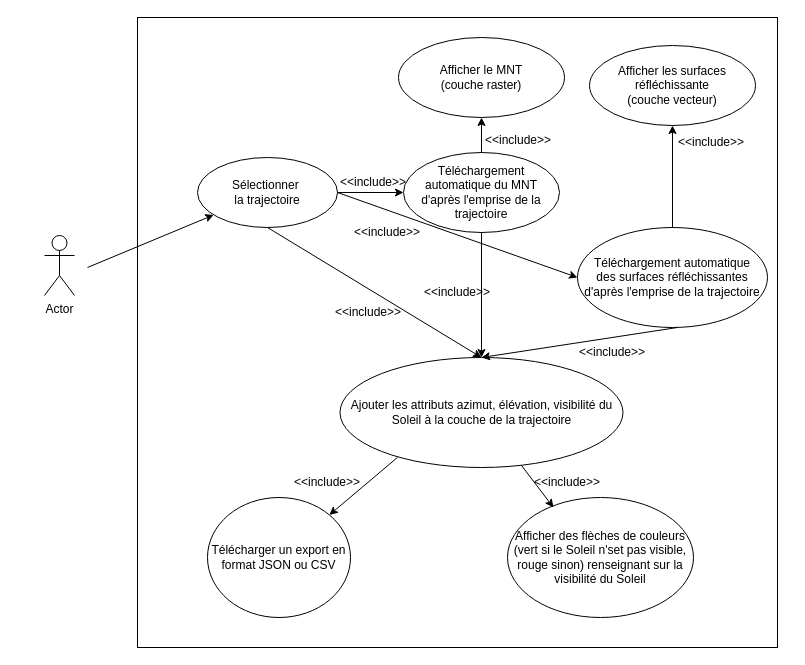
Earlier version of the draw.io diagram DiagrammeCasUtilisation.drawio (PaulCllch/BEA). Source tidied: cells renumbered, new cells numbered last; positions are measured from the earlier drawing's top-left corner, leaving out a move shared by most shapes. Both pictures are drawn from the tidied source at 100%, with x=0, y=0 at pixel (44, 17).
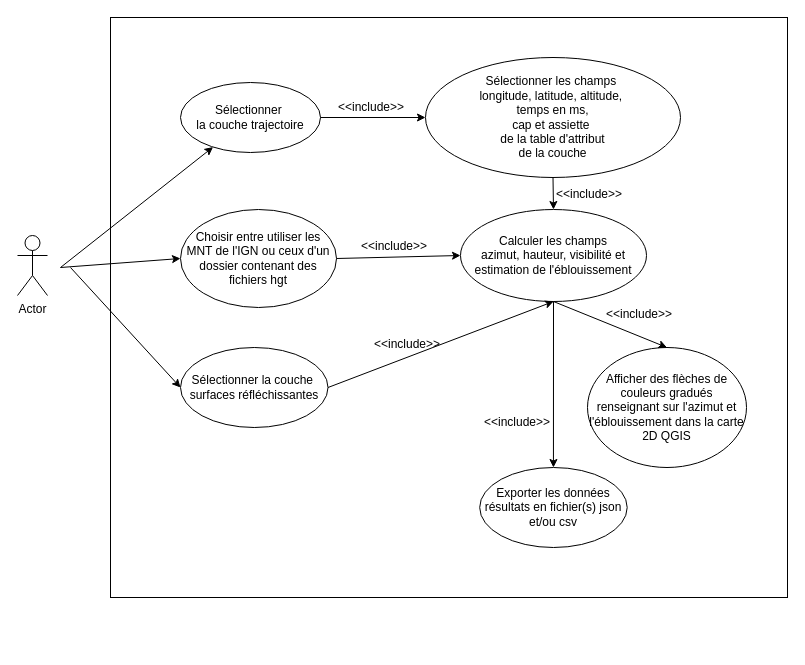
Above is the later version.

Commit message:
Mettre à jour DiagrammeCasUtilisation.drawio

What changed in the source:
```diff
@@
     <mxCell id="2" value="Actor" style="shape=umlActor;verticalLabelPosition=bottom;verticalAlign=top;html=1;labelPosition=center;align=center;" parent="1" vertex="1">
-      <mxGeometry y="218" width="30" height="60" as="geometry" />
+      <mxGeometry x="-27" y="218" width="30" height="60" as="geometry" />
     </mxCell>
     <mxCell id="3" style="rounded=0;whiteSpace=wrap;html=1;" parent="1" vertex="1">
-      <mxGeometry x="93" width="640" height="630" as="geometry" />
+      <mxGeometry x="66" width="677" height="580" as="geometry" />
     </mxCell>
-    <mxCell id="4" value="&lt;div&gt;Sélectionner&amp;nbsp;&lt;/div&gt;&lt;div&gt;la trajectoire&lt;/div&gt;" style="ellipse;whiteSpace=wrap;html=1;" parent="1" vertex="1">
-      <mxGeometry x="153" y="140" width="140" height="70" as="geometry" />
+    <mxCell id="4" value="&lt;div&gt;Sélectionner&amp;nbsp;&lt;/div&gt;&lt;div&gt;la couche trajectoire&lt;/div&gt;" style="ellipse;whiteSpace=wrap;html=1;" parent="1" vertex="1">
+      <mxGeometry x="136" y="65" width="140" height="70" as="geometry" />
     </mxCell>
     <mxCell id="5" style="endArrow=classic;html=1;rounded=0;" parent="1" edge="1" target="4">
       <mxGeometry relative="1" as="geometry">
-        <mxPoint x="43" y="250" as="sourcePoint" />
+        <mxPoint x="16" y="250" as="sourcePoint" />
       </mxGeometry>
     </mxCell>
-    <mxCell id="6" value="&lt;div&gt;Téléchargement automatique du MNT d'après l'emprise de la trajectoire&lt;/div&gt;" style="ellipse;whiteSpace=wrap;html=1;" parent="1" vertex="1">
-      <mxGeometry x="359" y="135" width="156" height="80" as="geometry" />
+    <mxCell id="6" value="Choisir entre utiliser les MNT de l'IGN ou ceux d'un dossier contenant des fichiers hgt" style="ellipse;whiteSpace=wrap;html=1;" parent="1" vertex="1">
+      <mxGeometry x="136" y="192" width="156" height="98" as="geometry" />
     </mxCell>
-    <mxCell id="7" style="endArrow=classic;html=1;rounded=0;entryX=0;entryY=0.5;entryDx=0;entryDy=0;exitX=1;exitY=0.5;exitDx=0;exitDy=0;" parent="1" edge="1" source="4" target="6">
-      <mxGeometry relative="1" as="geometry" />
-    </mxCell>
-    <mxCell id="8" value="&lt;div&gt;Afficher le MNT&lt;br&gt;&lt;/div&gt;&lt;div&gt;(couche raster)&lt;/div&gt;" style="ellipse;whiteSpace=wrap;html=1;" parent="1" vertex="1">
-      <mxGeometry x="354" y="20" width="166" height="80" as="geometry" />
-    </mxCell>
-    <mxCell id="9" style="endArrow=classic;html=1;rounded=0;exitX=0.5;exitY=0;exitDx=0;exitDy=0;entryX=0.5;entryY=1;entryDx=0;entryDy=0;" parent="1" edge="1" source="6" target="8">
-      <mxGeometry relative="1" as="geometry" />
-    </mxCell>
-    <mxCell id="10" value="Ajouter les attributs azimut, élévation, visibilité du Soleil à la couche de la trajectoire" style="ellipse;whiteSpace=wrap;html=1;" parent="1" vertex="1">
-      <mxGeometry x="295.5" y="340" width="283" height="110" as="geometry" />
+    <mxCell id="10" value="&lt;div&gt;Sélectionner la couche&amp;nbsp;&lt;/div&gt;&lt;div&gt;surfaces réfléchissantes&lt;/div&gt;" style="ellipse;whiteSpace=wrap;html=1;" parent="1" vertex="1">
+      <mxGeometry x="136" y="330" width="147.5" height="80" as="geometry" />
     </mxCell>
-    <mxCell id="11" value="Télécharger un export en format JSON ou CSV" style="ellipse;whiteSpace=wrap;html=1;" parent="1" vertex="1">
-      <mxGeometry x="163" y="480" width="143" height="120" as="geometry" />
+    <mxCell id="11" value="Afficher des flèches de couleurs gradués renseignant sur l'azimut et l'éblouissement dans la carte 2D QGIS" style="ellipse;whiteSpace=wrap;html=1;" parent="1" vertex="1">
+      <mxGeometry x="543" y="330" width="159" height="120" as="geometry" />
     </mxCell>
-    <mxCell id="12" value="Afficher des flèches de couleurs (vert si le Soleil n'set pas visible, rouge sinon) renseignant sur la visibilité du Soleil" style="ellipse;whiteSpace=wrap;html=1;" parent="1" vertex="1">
-      <mxGeometry x="463" y="480" width="186" height="120" as="geometry" />
+    <mxCell id="12" value="&lt;div&gt;Calculer les champs&lt;/div&gt;&lt;div&gt;azimut, hauteur, visibilité et estimation de l'éblouissement&lt;br&gt;&lt;/div&gt;" style="ellipse;whiteSpace=wrap;html=1;" parent="1" vertex="1">
+      <mxGeometry x="416" y="192" width="186" height="92" as="geometry" />
     </mxCell>
-    <mxCell id="13" style="endArrow=classic;html=1;rounded=0;fontFamily=Helvetica;fontSize=12;fontColor=default;entryX=0.247;entryY=0.083;entryDx=0;entryDy=0;entryPerimeter=0;" parent="1" edge="1" source="10" target="12">
+    <mxCell id="13" style="endArrow=classic;html=1;rounded=0;fontFamily=Helvetica;fontSize=12;fontColor=default;entryX=0;entryY=0.5;entryDx=0;entryDy=0;exitX=1;exitY=0.5;exitDx=0;exitDy=0;" parent="1" edge="1" source="6" target="12">
       <mxGeometry relative="1" as="geometry" />
     </mxCell>
-    <mxCell id="14" style="endArrow=classic;html=1;rounded=0;fontFamily=Helvetica;fontSize=12;fontColor=default;exitX=0.203;exitY=0.909;exitDx=0;exitDy=0;exitPerimeter=0;entryX=1;entryY=0;entryDx=0;entryDy=0;" parent="1" edge="1" source="10" target="11">
-      <mxGeometry relative="1" as="geometry" />
-    </mxCell>
-    <mxCell id="15" style="endArrow=classic;html=1;rounded=0;fontFamily=Helvetica;fontSize=12;fontColor=default;entryX=0.5;entryY=0;entryDx=0;entryDy=0;exitX=0.5;exitY=1;exitDx=0;exitDy=0;" parent="1" edge="1" source="4" target="10">
-      <mxGeometry relative="1" as="geometry" />
+    <mxCell id="15" style="endArrow=classic;html=1;rounded=0;fontFamily=Helvetica;fontSize=12;fontColor=default;entryX=0;entryY=0.5;entryDx=0;entryDy=0;" parent="1" edge="1" target="6">
+      <mxGeometry relative="1" as="geometry">
+        <mxPoint x="16" y="250" as="sourcePoint" />
+      </mxGeometry>
     </mxCell>
-    <mxCell id="16" value="&lt;div&gt;Téléchargement automatique&lt;/div&gt;&lt;div&gt;des surfaces réfléchissantes d'après l'emprise de la trajectoire&lt;/div&gt;" style="ellipse;whiteSpace=wrap;html=1;" parent="1" vertex="1">
-      <mxGeometry x="533" y="210" width="190" height="100" as="geometry" />
+    <mxCell id="16" value="&lt;div&gt;Sélectionner les champs&amp;nbsp;&lt;/div&gt;&lt;div&gt;longitude, latitude, altitude,&amp;nbsp;&lt;/div&gt;&lt;div&gt;temps en ms,&lt;/div&gt;&lt;div&gt;cap et assiette&amp;nbsp;&lt;/div&gt;&lt;div&gt;de la table d'attribut&lt;/div&gt;&lt;div&gt;de la couche&lt;/div&gt;" style="ellipse;whiteSpace=wrap;html=1;" parent="1" vertex="1">
+      <mxGeometry x="381" y="40" width="255" height="120" as="geometry" />
     </mxCell>
-    <mxCell id="17" value="&lt;div&gt;Afficher les surfaces réfléchissante&lt;br&gt;&lt;/div&gt;&lt;div&gt;(couche vecteur)&lt;/div&gt;" style="ellipse;whiteSpace=wrap;html=1;" parent="1" vertex="1">
-      <mxGeometry x="545" y="28" width="166" height="80" as="geometry" />
-    </mxCell>
-    <mxCell id="18" style="endArrow=classic;html=1;rounded=0;entryX=0.5;entryY=1;entryDx=0;entryDy=0;" parent="1" edge="1" source="16" target="17">
-      <mxGeometry relative="1" as="geometry" />
-    </mxCell>
@@
-    <mxCell id="20" style="endArrow=classic;html=1;rounded=0;fontFamily=Helvetica;fontSize=12;fontColor=default;entryX=0.5;entryY=0;entryDx=0;entryDy=0;" parent="1" edge="1" source="6" target="10">
-      <mxGeometry relative="1" as="geometry" />
+    <mxCell id="20" style="endArrow=classic;html=1;rounded=0;fontFamily=Helvetica;fontSize=12;fontColor=default;entryX=0;entryY=0.5;entryDx=0;entryDy=0;" parent="1" edge="1" target="10">
+      <mxGeometry relative="1" as="geometry">
+        <mxPoint x="26" y="250" as="sourcePoint" />
+      </mxGeometry>
     </mxCell>
-    <mxCell id="21" style="endArrow=classic;html=1;rounded=0;fontFamily=Helvetica;fontSize=12;fontColor=default;entryX=0.5;entryY=0;entryDx=0;entryDy=0;exitX=0.526;exitY=1;exitDx=0;exitDy=0;exitPerimeter=0;" parent="1" edge="1" source="16" target="10">
-      <mxGeometry relative="1" as="geometry" />
-    </mxCell>
-    <mxCell id="22" value="&amp;lt;&amp;lt;include&amp;gt;&amp;gt;" style="text;html=1;align=center;verticalAlign=middle;whiteSpace=wrap;rounded=0;fontFamily=Helvetica;fontSize=12;fontColor=default;" parent="1" vertex="1">
-      <mxGeometry x="444" y="108" width="60" height="30" as="geometry" />
-    </mxCell>
-    <mxCell id="23" value="&amp;lt;&amp;lt;include&amp;gt;&amp;gt;" style="text;html=1;align=center;verticalAlign=middle;whiteSpace=wrap;rounded=0;fontFamily=Helvetica;fontSize=12;fontColor=default;" parent="1" vertex="1">
-      <mxGeometry x="637" y="110" width="60" height="30" as="geometry" />
-    </mxCell>
     <mxCell id="24" value="&amp;lt;&amp;lt;include&amp;gt;&amp;gt;" style="text;html=1;align=center;verticalAlign=middle;whiteSpace=wrap;rounded=0;fontFamily=Helvetica;fontSize=12;fontColor=default;" parent="1" vertex="1">
-      <mxGeometry x="493" y="450" width="60" height="30" as="geometry" />
+      <mxGeometry x="564.5" y="282" width="60" height="30" as="geometry" />
     </mxCell>
-    <mxCell id="25" value="&amp;lt;&amp;lt;include&amp;gt;&amp;gt;" style="text;html=1;align=center;verticalAlign=middle;whiteSpace=wrap;rounded=0;fontFamily=Helvetica;fontSize=12;fontColor=default;" parent="1" vertex="1">
-      <mxGeometry x="253" y="450" width="60" height="30" as="geometry" />
-    </mxCell>
     <mxCell id="26" value="&amp;lt;&amp;lt;include&amp;gt;&amp;gt;" style="text;html=1;align=center;verticalAlign=middle;whiteSpace=wrap;rounded=0;fontFamily=Helvetica;fontSize=12;fontColor=default;" parent="1" vertex="1">
-      <mxGeometry x="294" y="280" width="60" height="30" as="geometry" />
+      <mxGeometry x="443" y="390" width="60" height="30" as="geometry" />
     </mxCell>
     <mxCell id="27" value="&amp;lt;&amp;lt;include&amp;gt;&amp;gt;" style="text;html=1;align=center;verticalAlign=middle;whiteSpace=wrap;rounded=0;fontFamily=Helvetica;fontSize=12;fontColor=default;" parent="1" vertex="1">
-      <mxGeometry x="383" y="260" width="60" height="30" as="geometry" />
+      <mxGeometry x="320" y="214" width="60" height="30" as="geometry" />
     </mxCell>
     <mxCell id="28" value="&amp;lt;&amp;lt;include&amp;gt;&amp;gt;" style="text;html=1;align=center;verticalAlign=middle;whiteSpace=wrap;rounded=0;fontFamily=Helvetica;fontSize=12;fontColor=default;" parent="1" vertex="1">
-      <mxGeometry x="299" y="150" width="60" height="30" as="geometry" />
+      <mxGeometry x="297" y="75" width="60" height="30" as="geometry" />
     </mxCell>
     <mxCell id="29" value="&amp;lt;&amp;lt;include&amp;gt;&amp;gt;" style="text;html=1;align=center;verticalAlign=middle;whiteSpace=wrap;rounded=0;fontFamily=Helvetica;fontSize=12;fontColor=default;" parent="1" vertex="1">
-      <mxGeometry x="313" y="200" width="60" height="30" as="geometry" />
+      <mxGeometry x="333" y="312" width="60" height="30" as="geometry" />
     </mxCell>
     <mxCell id="30" value="&amp;lt;&amp;lt;include&amp;gt;&amp;gt;" style="text;html=1;align=center;verticalAlign=middle;whiteSpace=wrap;rounded=0;fontFamily=Helvetica;fontSize=12;fontColor=default;" parent="1" vertex="1">
-      <mxGeometry x="538" y="320" width="60" height="30" as="geometry" />
+      <mxGeometry x="515" y="162" width="60" height="30" as="geometry" />
     </mxCell>
+    <mxCell id="31" style="endArrow=classic;html=1;rounded=0;fontFamily=Helvetica;fontSize=12;fontColor=default;entryX=0.5;entryY=0;entryDx=0;entryDy=0;exitX=0.5;exitY=1;exitDx=0;exitDy=0;" parent="1" edge="1" source="16" target="12">
+      <mxGeometry relative="1" as="geometry" />
+    </mxCell>
+    <mxCell id="32" style="endArrow=classic;html=1;rounded=0;fontFamily=Helvetica;fontSize=12;fontColor=default;exitX=1;exitY=0.5;exitDx=0;exitDy=0;entryX=0.5;entryY=1;entryDx=0;entryDy=0;" parent="1" edge="1" source="10" target="12">
+      <mxGeometry relative="1" as="geometry" />
+    </mxCell>
+    <mxCell id="33" style="endArrow=classic;html=1;rounded=0;fontFamily=Helvetica;fontSize=12;fontColor=default;exitX=0.5;exitY=1;exitDx=0;exitDy=0;entryX=0.5;entryY=0;entryDx=0;entryDy=0;" parent="1" edge="1" source="12" target="11">
+      <mxGeometry relative="1" as="geometry" />
+    </mxCell>
+    <mxCell id="34" value="Exporter les données résultats en fichier(s) json et/ou csv" style="ellipse;whiteSpace=wrap;html=1;" parent="1" vertex="1">
+      <mxGeometry x="435.2" y="450" width="147.5" height="80" as="geometry" />
+    </mxCell>
+    <mxCell id="35" style="endArrow=classic;html=1;rounded=0;fontFamily=Helvetica;fontSize=12;fontColor=default;entryX=0.5;entryY=0;entryDx=0;entryDy=0;exitX=0.5;exitY=1;exitDx=0;exitDy=0;" parent="1" edge="1" source="12" target="34">
+      <mxGeometry relative="1" as="geometry" />
+    </mxCell>
```
